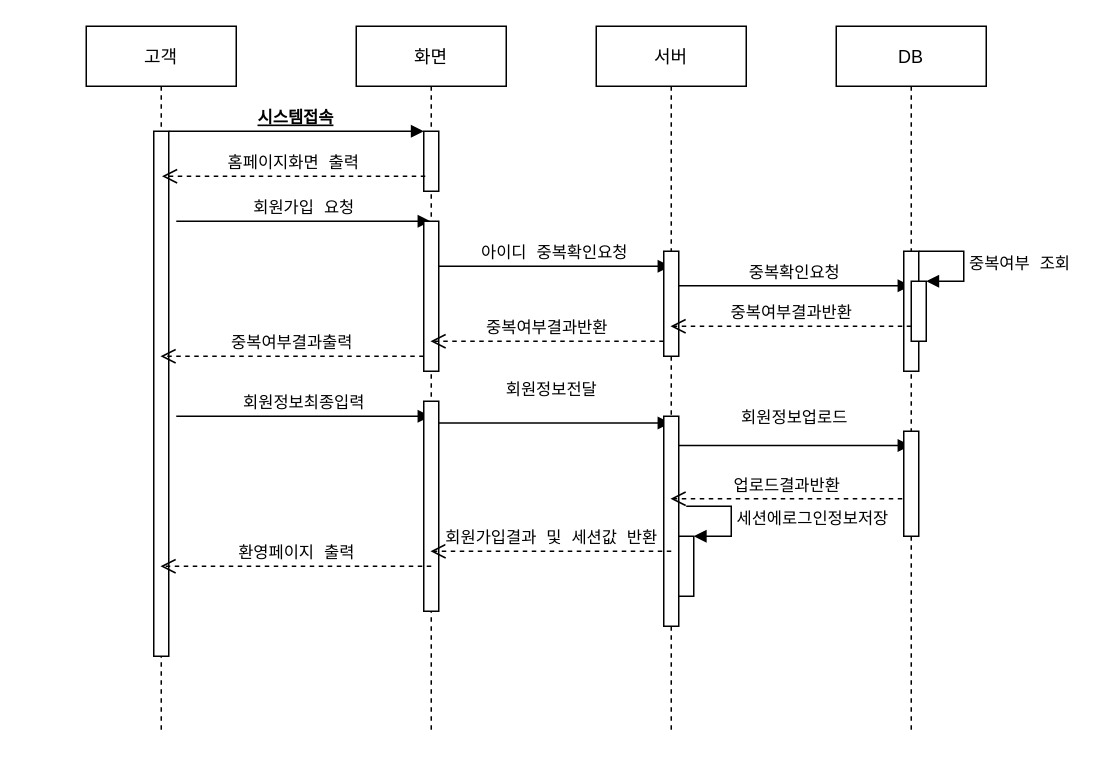
The draw.io diagram page "회원가입" (1 of 8) of 3.DB설계/시퀀스 다이어그램.drawio in ostrichick/MaruProject, before the edit. Source tidied: cells renumbered, new cells numbered last; positions are measured from the earlier drawing's top-left corner, leaving out a move shared by most shapes. Both pictures are drawn from the tidied source at 150%, with x=0, y=0 at pixel (86, 26).
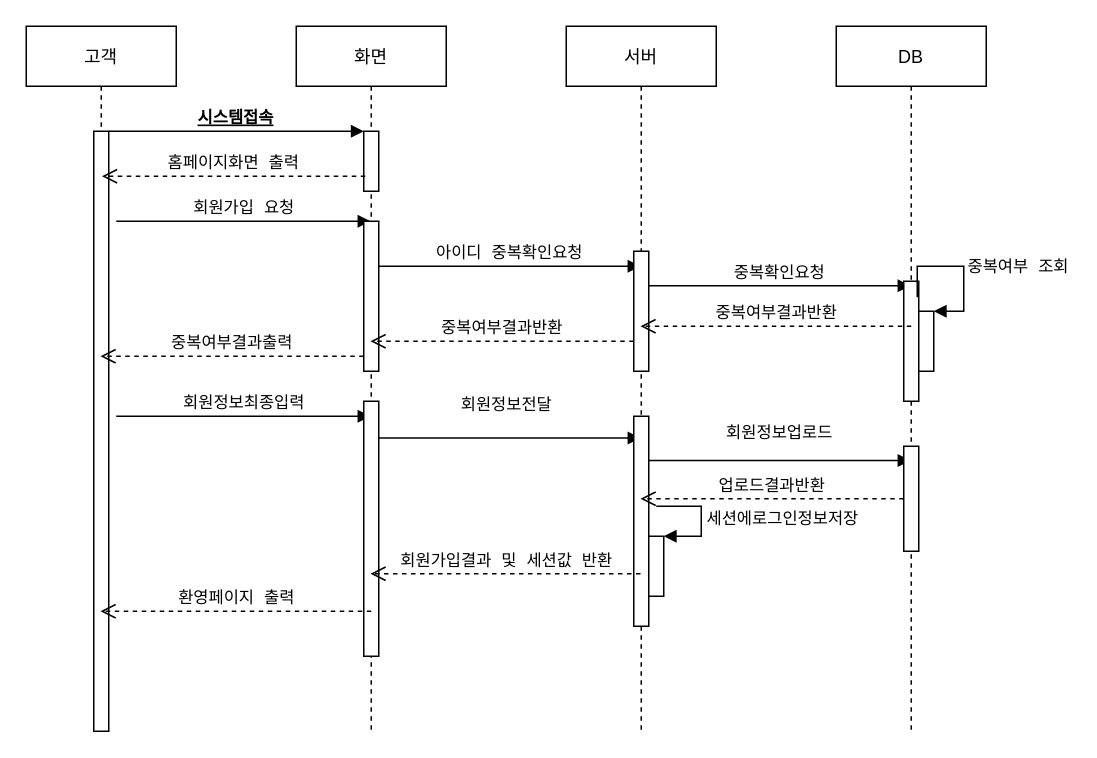
After the change.

The change refers to these unchanged cells:
```xml
<mxCell id="23" value="DB" style="shape=umlLifeline;perimeter=lifelinePerimeter;rounded=0;shadow=0;strokeWidth=1;" parent="1" vertex="1">
  <mxGeometry x="500" width="100" height="470" as="geometry" />
</mxCell>
```

The edit, as a diff of the source:
```diff
@@
     <mxCell id="2" value="고객" style="shape=umlLifeline;perimeter=lifelinePerimeter;rounded=0;shadow=0;strokeWidth=1;" parent="1" vertex="1">
-      <mxGeometry width="100" height="470" as="geometry" />
+      <mxGeometry x="-40" width="100" height="470" as="geometry" />
     </mxCell>
     <mxCell id="3" style="points=[];perimeter=orthogonalPerimeter;rounded=0;shadow=0;strokeWidth=1;" parent="2" vertex="1">
-      <mxGeometry x="45" y="70" width="10" height="350" as="geometry" />
+      <mxGeometry x="45" y="70" width="10" height="400" as="geometry" />
     </mxCell>
@@
     <mxCell id="6" value="화면" style="shape=umlLifeline;perimeter=lifelinePerimeter;rounded=0;shadow=0;strokeWidth=1;" parent="1" vertex="1">
-      <mxGeometry x="180" width="100" height="470" as="geometry" />
+      <mxGeometry x="140" width="100" height="470" as="geometry" />
     </mxCell>
@@
     <mxCell id="12" style="html=1;perimeter=orthogonalPerimeter;fontFamily=Lucida Console;" parent="6" vertex="1">
-      <mxGeometry x="45" y="250" width="10" height="140" as="geometry" />
+      <mxGeometry x="45" y="250" width="10" height="170" as="geometry" />
     </mxCell>
-    <mxCell id="13" value="회원정보전달" style="html=1;verticalAlign=bottom;endArrow=block;rounded=0;fontFamily=Lucida Console;" parent="6" edge="1" target="15">
+    <mxCell id="13" value="회원정보전달" style="html=1;verticalAlign=bottom;endArrow=block;rounded=0;fontFamily=Lucida Console;" parent="6" edge="1">
       <mxGeometry x="-0.03" y="15" relative="1" as="geometry">
-        <mxPoint x="55" y="264.5" as="sourcePoint" />
+        <mxPoint x="55" y="274.5" as="sourcePoint" />
+        <mxPoint x="229.5" y="274.5" as="targetPoint" />
         <Array as="points">
-          <mxPoint x="85" y="264.5" />
+          <mxPoint x="85" y="274.5" />
         </Array>
         <mxPoint y="1" as="offset" />
       </mxGeometry>
     </mxCell>
@@
     <mxCell id="15" value="서버" style="shape=umlLifeline;perimeter=lifelinePerimeter;rounded=0;shadow=0;strokeWidth=1;" parent="1" vertex="1">
-      <mxGeometry x="340" width="100" height="470" as="geometry" />
+      <mxGeometry x="320" width="100" height="470" as="geometry" />
     </mxCell>
     <mxCell id="16" style="html=1;perimeter=orthogonalPerimeter;fontFamily=Lucida Console;" parent="15" vertex="1">
-      <mxGeometry x="45" y="150" width="10" height="70" as="geometry" />
+      <mxGeometry x="45" y="150" width="10" height="80" as="geometry" />
     </mxCell>
-    <mxCell id="17" value="중복확인요청" style="html=1;verticalAlign=bottom;endArrow=block;rounded=0;fontFamily=Lucida Console;" parent="15" edge="1">
+    <mxCell id="17" value="중복확인요청" style="html=1;verticalAlign=bottom;endArrow=block;rounded=0;fontFamily=Lucida Console;" parent="15" edge="1" target="23">
       <mxGeometry relative="1" as="geometry">
         <mxPoint x="55" y="173" as="sourcePoint" />
-        <mxPoint x="209.5" y="173" as="targetPoint" />
         <Array as="points">
           <mxPoint x="130" y="173" />
           <mxPoint x="140" y="173" />
           <mxPoint x="150" y="173" />
         </Array>
       </mxGeometry>
     </mxCell>
@@
-    <mxCell id="20" value="회원정보업로드" style="html=1;verticalAlign=bottom;endArrow=block;rounded=0;fontFamily=Lucida Console;" parent="15" edge="1" target="23">
+    <mxCell id="20" value="회원정보업로드" style="html=1;verticalAlign=bottom;endArrow=block;rounded=0;fontFamily=Lucida Console;" parent="15" edge="1">
       <mxGeometry y="10" relative="1" as="geometry">
-        <mxPoint x="55" y="279.5" as="sourcePoint" />
+        <mxPoint x="55" y="289.5" as="sourcePoint" />
+        <mxPoint x="229.5" y="289.5" as="targetPoint" />
       </mxGeometry>
     </mxCell>
@@
     <mxCell id="24" style="points=[];perimeter=orthogonalPerimeter;rounded=0;shadow=0;strokeWidth=1;" parent="23" vertex="1">
-      <mxGeometry x="45" y="150" width="10" height="80" as="geometry" />
+      <mxGeometry x="45" y="170" width="10" height="80" as="geometry" />
     </mxCell>
@@
     <mxCell id="26" style="html=1;points=[];perimeter=orthogonalPerimeter;fontFamily=Lucida Console;" parent="23" vertex="1">
-      <mxGeometry x="50" y="170" width="10" height="40" as="geometry" />
+      <mxGeometry x="55" y="190" width="10" height="40" as="geometry" />
     </mxCell>
-    <mxCell id="27" value="중복여부 조회" style="edgeStyle=orthogonalEdgeStyle;html=1;align=left;spacingLeft=2;endArrow=block;rounded=0;entryX=1;entryY=0;fontFamily=Lucida Console;" parent="23" edge="1" target="26">
+    <mxCell id="27" value="중복여부 조회" style="edgeStyle=orthogonalEdgeStyle;html=1;align=left;spacingLeft=2;endArrow=block;rounded=0;entryX=1;entryY=0;fontFamily=Lucida Console;exitX=0.9;exitY=0.133;exitDx=0;exitDy=0;exitPerimeter=0;" parent="23" edge="1" source="24" target="26">
       <mxGeometry relative="1" as="geometry">
-        <mxPoint x="55" y="150" as="sourcePoint" />
         <Array as="points">
-          <mxPoint x="85" y="150" />
+          <mxPoint x="54" y="160" />
+          <mxPoint x="85" y="160" />
+          <mxPoint x="85" y="190" />
         </Array>
       </mxGeometry>
     </mxCell>
     <mxCell id="28" style="html=1;points=[];perimeter=orthogonalPerimeter;fontFamily=Lucida Console;" parent="23" vertex="1">
-      <mxGeometry x="45" y="270" width="10" height="70" as="geometry" />
+      <mxGeometry x="45" y="280" width="10" height="70" as="geometry" />
     </mxCell>
-    <mxCell id="29" value="업로드결과반환" style="html=1;verticalAlign=bottom;endArrow=open;dashed=1;endSize=8;rounded=0;fontFamily=Lucida Console;" parent="1" edge="1" target="15">
-      <mxGeometry relative="1" as="geometry">
-        <mxPoint x="544" y="315" as="sourcePoint" />
-      </mxGeometry>
+    <mxCell id="29" value="업로드결과반환" style="html=1;verticalAlign=bottom;endArrow=open;dashed=1;endSize=8;rounded=0;fontFamily=Lucida Console;" parent="1" edge="1" source="28" target="15">
+      <mxGeometry relative="1" as="geometry" />
     </mxCell>
-    <mxCell id="30" value="회원가입결과 및 세션값 반환" style="html=1;verticalAlign=bottom;endArrow=open;dashed=1;endSize=8;rounded=0;fontFamily=Lucida Console;" parent="1" edge="1" target="6">
+    <mxCell id="30" value="회원가입결과 및 세션값 반환" style="html=1;verticalAlign=bottom;endArrow=open;dashed=1;endSize=8;rounded=0;fontFamily=Lucida Console;" parent="1" edge="1">
       <mxGeometry relative="1" as="geometry">
-        <mxPoint x="390" y="350" as="sourcePoint" />
+        <mxPoint x="369.5" y="365" as="sourcePoint" />
+        <mxPoint x="189.5" y="365" as="targetPoint" />
       </mxGeometry>
     </mxCell>
-    <mxCell id="31" value="환영페이지 출력" style="html=1;verticalAlign=bottom;endArrow=open;dashed=1;endSize=8;rounded=0;fontFamily=Lucida Console;" parent="1" edge="1" target="2">
+    <mxCell id="31" value="환영페이지 출력" style="html=1;verticalAlign=bottom;endArrow=open;dashed=1;endSize=8;rounded=0;fontFamily=Lucida Console;" parent="1" edge="1">
       <mxGeometry relative="1" as="geometry">
-        <mxPoint x="230" y="360" as="sourcePoint" />
+        <mxPoint x="190" y="390" as="sourcePoint" />
+        <mxPoint x="9.5" y="390" as="targetPoint" />
       </mxGeometry>
     </mxCell>
```
